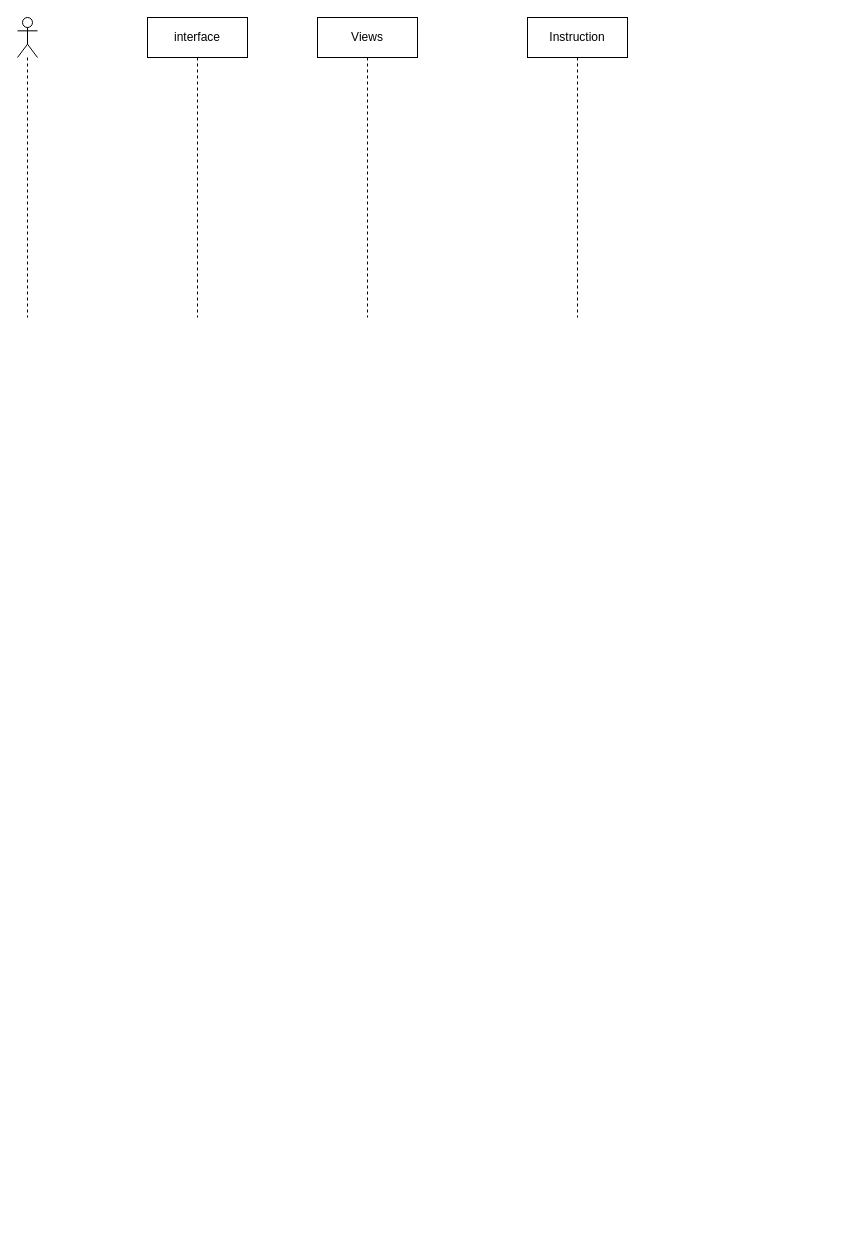
CabrelFeukeng/pp keeps this draw.io diagram as amendemant_instruction.drawio. Above is the earlier version. Source tidied: cells renumbered, new cells numbered last; positions are measured from the earlier drawing's top-left corner, leaving out a move shared by most shapes. Both pictures are drawn from the tidied source at 100%, with x=0, y=0 at pixel (17, 17).
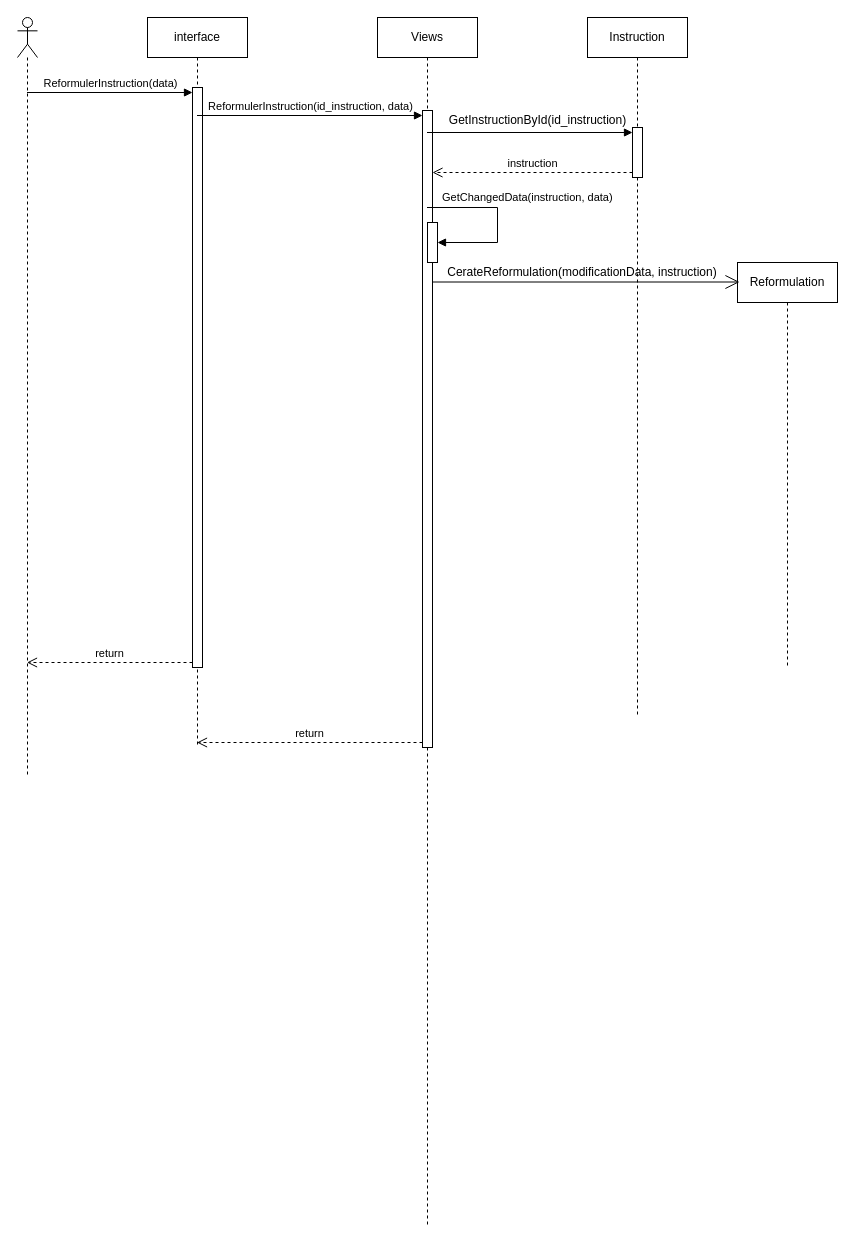
The same page after the edit.

Commit message (it also covers changes not shown here):
Mettre à jour amendemant_instruction.drawio

What changed in the source:
```diff
@@
     <mxCell id="2" style="shape=umlLifeline;perimeter=lifelinePerimeter;whiteSpace=wrap;html=1;outlineConnect=0;portConstraint=eastwest;newEdgeStyle={&quot;curved&quot;:0,&quot;rounded&quot;:0};participant=umlActor;" parent="1" vertex="1">
-      <mxGeometry width="20" height="300" as="geometry" />
+      <mxGeometry width="20" height="760" as="geometry" />
     </mxCell>
     <mxCell id="3" value="interface" style="shape=umlLifeline;perimeter=lifelinePerimeter;whiteSpace=wrap;html=1;outlineConnect=0;portConstraint=eastwest;newEdgeStyle={&quot;curved&quot;:0,&quot;rounded&quot;:0};" parent="1" vertex="1">
-      <mxGeometry x="130" width="100" height="300" as="geometry" />
+      <mxGeometry x="130" width="100" height="730" as="geometry" />
     </mxCell>
+    <mxCell id="6" style="html=1;points=[[0,0,0,0,5],[0,1,0,0,-5],[1,0,0,0,5],[1,1,0,0,-5]];perimeter=orthogonalPerimeter;outlineConnect=0;targetShapes=umlLifeline;portConstraint=eastwest;newEdgeStyle={&quot;curved&quot;:0,&quot;rounded&quot;:0};" parent="3" vertex="1">
+      <mxGeometry x="45" y="70" width="10" height="580" as="geometry" />
+    </mxCell>
     <mxCell id="4" value="Views" style="shape=umlLifeline;perimeter=lifelinePerimeter;whiteSpace=wrap;html=1;outlineConnect=0;portConstraint=eastwest;newEdgeStyle={&quot;curved&quot;:0,&quot;rounded&quot;:0};" parent="1" vertex="1">
-      <mxGeometry x="300" width="100" height="300" as="geometry" />
+      <mxGeometry x="360" width="100" height="1210" as="geometry" />
     </mxCell>
+    <mxCell id="7" style="html=1;points=[[0,0,0,0,5],[0,1,0,0,-5],[1,0,0,0,5],[1,1,0,0,-5]];perimeter=orthogonalPerimeter;outlineConnect=0;targetShapes=umlLifeline;portConstraint=eastwest;newEdgeStyle={&quot;curved&quot;:0,&quot;rounded&quot;:0};" parent="4" vertex="1">
+      <mxGeometry x="45" y="93" width="10" height="637" as="geometry" />
+    </mxCell>
+    <mxCell id="8" style="html=1;points=[[0,0,0,0,5],[0,1,0,0,-5],[1,0,0,0,5],[1,1,0,0,-5]];perimeter=orthogonalPerimeter;outlineConnect=0;targetShapes=umlLifeline;portConstraint=eastwest;newEdgeStyle={&quot;curved&quot;:0,&quot;rounded&quot;:0};" parent="4" vertex="1">
+      <mxGeometry x="50" y="205" width="10" height="40" as="geometry" />
+    </mxCell>
+    <mxCell id="9" value="GetChangedData(instruction, data)" style="html=1;align=left;spacingLeft=2;endArrow=block;rounded=0;edgeStyle=orthogonalEdgeStyle;curved=0;rounded=0;" parent="4" edge="1" source="4" target="8">
+      <mxGeometry x="-0.87" y="10" relative="1" as="geometry">
+        <Array as="points">
+          <mxPoint x="120" y="190" />
+          <mxPoint x="120" y="225" />
+        </Array>
+      </mxGeometry>
+    </mxCell>
     <mxCell id="5" value="Instruction" style="shape=umlLifeline;perimeter=lifelinePerimeter;whiteSpace=wrap;html=1;newEdgeStyle={&quot;curved&quot;:0,&quot;rounded&quot;:0};" parent="1" vertex="1">
-      <mxGeometry x="510" width="100" height="300" as="geometry" />
+      <mxGeometry x="570" width="100" height="700" as="geometry" />
     </mxCell>
+    <mxCell id="10" style="html=1;points=[[0,0,0,0,5],[0,1,0,0,-5],[1,0,0,0,5],[1,1,0,0,-5]];perimeter=orthogonalPerimeter;outlineConnect=0;targetShapes=umlLifeline;portConstraint=eastwest;newEdgeStyle={&quot;curved&quot;:0,&quot;rounded&quot;:0};" parent="5" vertex="1">
+      <mxGeometry x="45" y="110" width="10" height="50" as="geometry" />
+    </mxCell>
+    <mxCell id="11" value="ReformulerInstruction(data)" style="html=1;verticalAlign=bottom;endArrow=block;curved=0;rounded=0;entryX=0;entryY=0;entryDx=0;entryDy=5;" parent="1" edge="1" source="2" target="6">
+      <mxGeometry relative="1" as="geometry" />
+    </mxCell>
+    <mxCell id="12" value="return" style="html=1;verticalAlign=bottom;endArrow=open;dashed=1;endSize=8;curved=0;rounded=0;exitX=0;exitY=1;exitDx=0;exitDy=-5;" parent="1" edge="1" source="6" target="2">
+      <mxGeometry relative="1" as="geometry" />
+    </mxCell>
+    <mxCell id="13" value="ReformulerInstruction(id_instruction, data)" style="html=1;verticalAlign=bottom;endArrow=block;curved=0;rounded=0;entryX=0;entryY=0;entryDx=0;entryDy=5;" parent="1" edge="1" source="3" target="7">
+      <mxGeometry relative="1" as="geometry" />
+    </mxCell>
+    <mxCell id="14" value="return" style="html=1;verticalAlign=bottom;endArrow=open;dashed=1;endSize=8;curved=0;rounded=0;exitX=0;exitY=1;exitDx=0;exitDy=-5;" parent="1" edge="1" source="7" target="3">
+      <mxGeometry relative="1" as="geometry" />
+    </mxCell>
+    <mxCell id="15" style="html=1;verticalAlign=bottom;endArrow=block;curved=0;rounded=0;entryX=0;entryY=0;entryDx=0;entryDy=5;" parent="1" edge="1" source="4" target="10">
+      <mxGeometry relative="1" as="geometry" />
+    </mxCell>
+    <mxCell id="16" value="instruction" style="html=1;verticalAlign=bottom;endArrow=open;dashed=1;endSize=8;curved=0;rounded=0;exitX=0;exitY=1;exitDx=0;exitDy=-5;" parent="1" edge="1" source="10" target="7">
+      <mxGeometry relative="1" as="geometry" />
+    </mxCell>
+    <mxCell id="17" value="GetInstructionById(id_instruction)" style="text;html=1;align=center;verticalAlign=middle;strokeColor=none;fillColor=none;" parent="1" vertex="1">
+      <mxGeometry x="420" y="88" width="200" height="30" as="geometry" />
+    </mxCell>
+    <mxCell id="18" value="Reformulation" style="shape=umlLifeline;perimeter=lifelinePerimeter;whiteSpace=wrap;html=1;newEdgeStyle={&quot;curved&quot;:0,&quot;rounded&quot;:0};" parent="1" vertex="1">
+      <mxGeometry x="720" y="245" width="100" height="405" as="geometry" />
+    </mxCell>
+    <mxCell id="19" style="endArrow=open;endFill=1;endSize=12;html=1;rounded=0;entryX=0.02;entryY=0.068;entryDx=0;entryDy=0;entryPerimeter=0;" parent="1" edge="1">
+      <mxGeometry relative="1" as="geometry">
+        <mxPoint x="415" y="264.5" as="sourcePoint" />
+        <mxPoint x="722" y="264.5" as="targetPoint" />
+      </mxGeometry>
+    </mxCell>
+    <mxCell id="20" value="CerateReformulation(modificationData, instruction)" style="text;html=1;align=center;verticalAlign=middle;whiteSpace=wrap;rounded=0;" parent="1" vertex="1">
+      <mxGeometry x="420" y="240" width="290" height="30" as="geometry" />
+    </mxCell>
```
